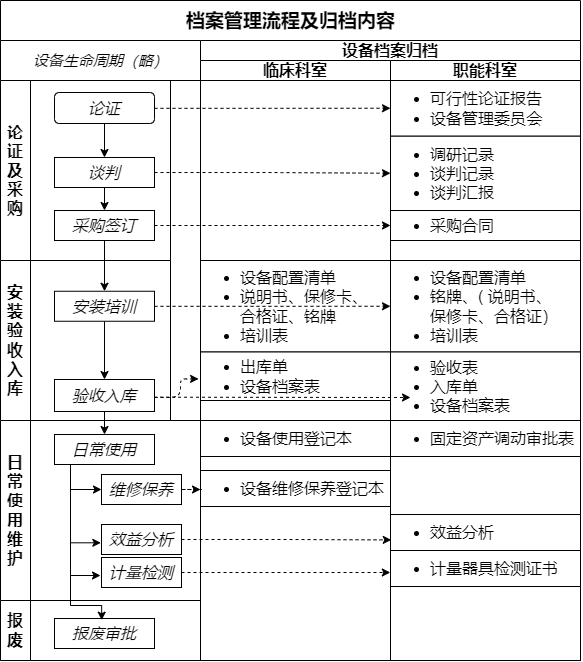
The draw.io diagram 档案管理流程.png in CN-DXTZ/CLRS, before a commit. Source tidied: cells renumbered, new cells last; positions are measured from the earlier drawing's top-left corner, leaving out a move shared by most shapes.
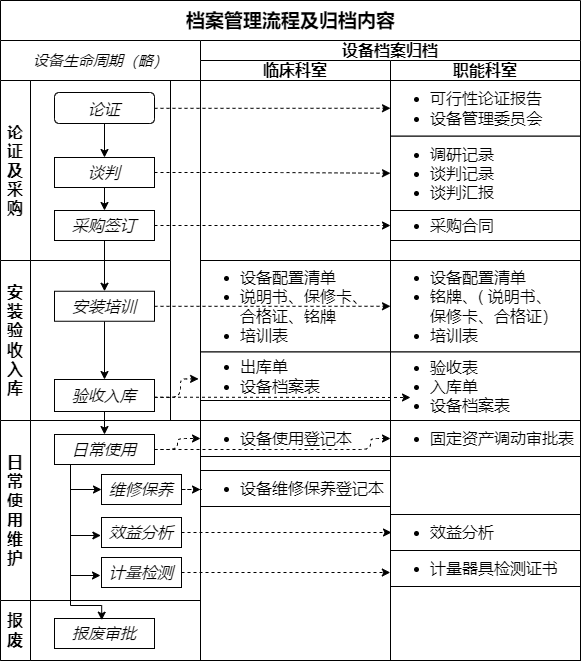
Later version of the same file.

Commit message:
更新档案管理流程.png

Diff of the diagram source:
```diff
@@ -63,7 +63,8 @@
     <mxCell id="20" style="edgeStyle=orthogonalEdgeStyle;rounded=0;jettySize=auto;html=1;entryX=-0.008;entryY=0.61;entryDx=0;entryDy=0;entryPerimeter=0;" parent="18" edge="1" source="22" target="23">
       <mxGeometry relative="1" as="geometry">
         <Array as="points">
-          <mxPoint x="70" y="122" />
+          <mxPoint x="70" y="115" />
+          <mxPoint x="100" y="115" />
         </Array>
       </mxGeometry>
     </mxCell>
@@ -79,7 +80,7 @@
       <mxGeometry x="54" y="14" width="100" height="30" as="geometry" />
     </mxCell>
     <mxCell id="23" value="效益分析" style="rounded=0;whiteSpace=wrap;html=1;fontSize=16;fontStyle=2;" parent="18" vertex="1">
-      <mxGeometry x="101" y="104" width="80" height="30" as="geometry" />
+      <mxGeometry x="101" y="97" width="80" height="30" as="geometry" />
     </mxCell>
     <mxCell id="24" value="计量检测" style="rounded=0;whiteSpace=wrap;html=1;fontSize=16;fontStyle=2;" parent="18" vertex="1">
       <mxGeometry x="101" y="137" width="80" height="30" as="geometry" />
@@ -175,8 +176,13 @@
         </Array>
       </mxGeometry>
     </mxCell>
-    <mxCell id="49" style="edgeStyle=orthogonalEdgeStyle;rounded=0;jettySize=auto;html=1;entryX=0.004;entryY=0.706;entryDx=0;entryDy=0;entryPerimeter=0;dashed=1;" parent="2" edge="1" source="23" target="42">
-      <mxGeometry relative="1" as="geometry" />
+    <mxCell id="49" style="edgeStyle=orthogonalEdgeStyle;rounded=0;jettySize=auto;html=1;dashed=1;" parent="2" edge="1" source="23">
+      <mxGeometry relative="1" as="geometry">
+        <mxPoint x="391" y="532" as="targetPoint" />
+        <Array as="points">
+          <mxPoint x="391" y="532" />
+        </Array>
+      </mxGeometry>
     </mxCell>
     <mxCell id="50" style="edgeStyle=orthogonalEdgeStyle;rounded=0;jettySize=auto;html=1;entryX=-0.001;entryY=0.611;entryDx=0;entryDy=0;entryPerimeter=0;dashed=1;" parent="2" edge="1" source="24" target="43">
       <mxGeometry relative="1" as="geometry" />
@@ -186,5 +192,16 @@
         <mxPoint x="200" y="489" as="targetPoint" />
       </mxGeometry>
     </mxCell>
+    <mxCell id="52" style="edgeStyle=orthogonalEdgeStyle;rounded=1;jettySize=auto;html=1;entryX=0;entryY=0.5;entryDx=0;entryDy=0;dashed=1;" parent="2" edge="1" source="22" target="35">
+      <mxGeometry relative="1" as="geometry" />
+    </mxCell>
+    <mxCell id="53" style="edgeStyle=orthogonalEdgeStyle;rounded=1;jettySize=auto;html=1;entryX=0;entryY=0.5;entryDx=0;entryDy=0;dashed=1;" parent="2" edge="1" source="22" target="44">
+      <mxGeometry relative="1" as="geometry">
+        <Array as="points">
+          <mxPoint x="370" y="449" />
+          <mxPoint x="370" y="438" />
+        </Array>
+      </mxGeometry>
+    </mxCell>
   </root>
 </mxGraphModel>
```
